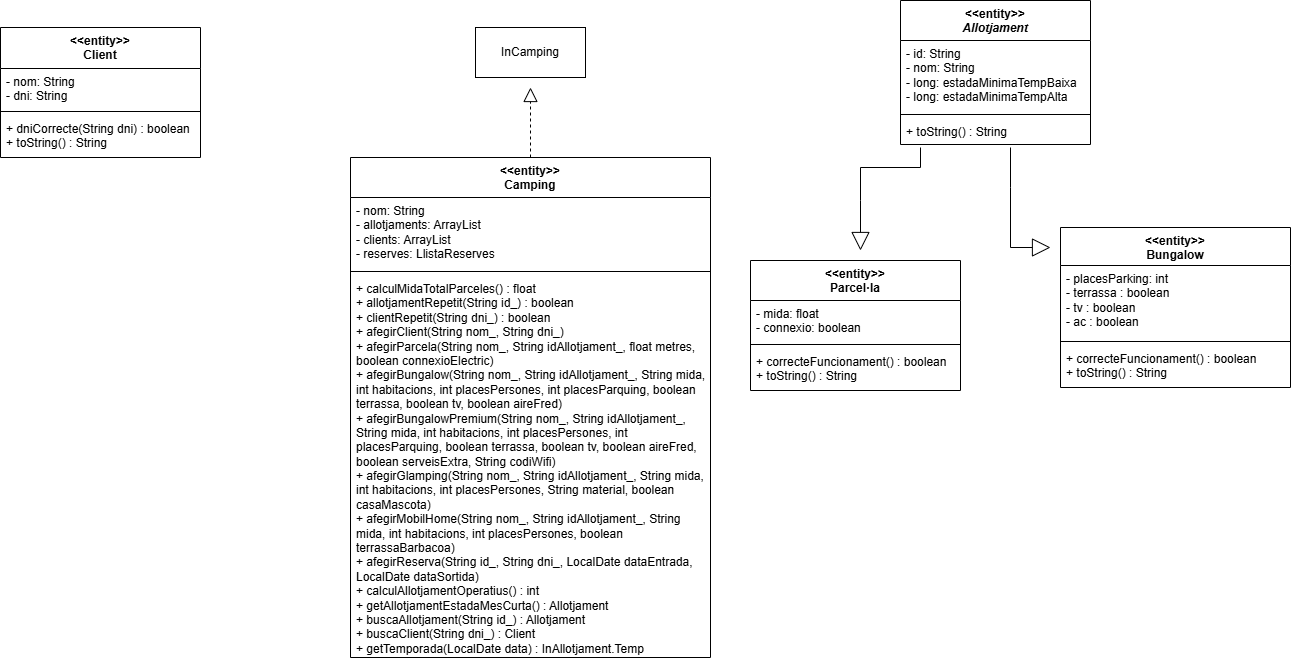
martimiro/Prog-II keeps this draw.io diagram as Practica1.png. Above is the earlier version. Source tidied: cells renumbered, new cells last; positions are measured from the earlier drawing's top-left corner, leaving out a move shared by most shapes.
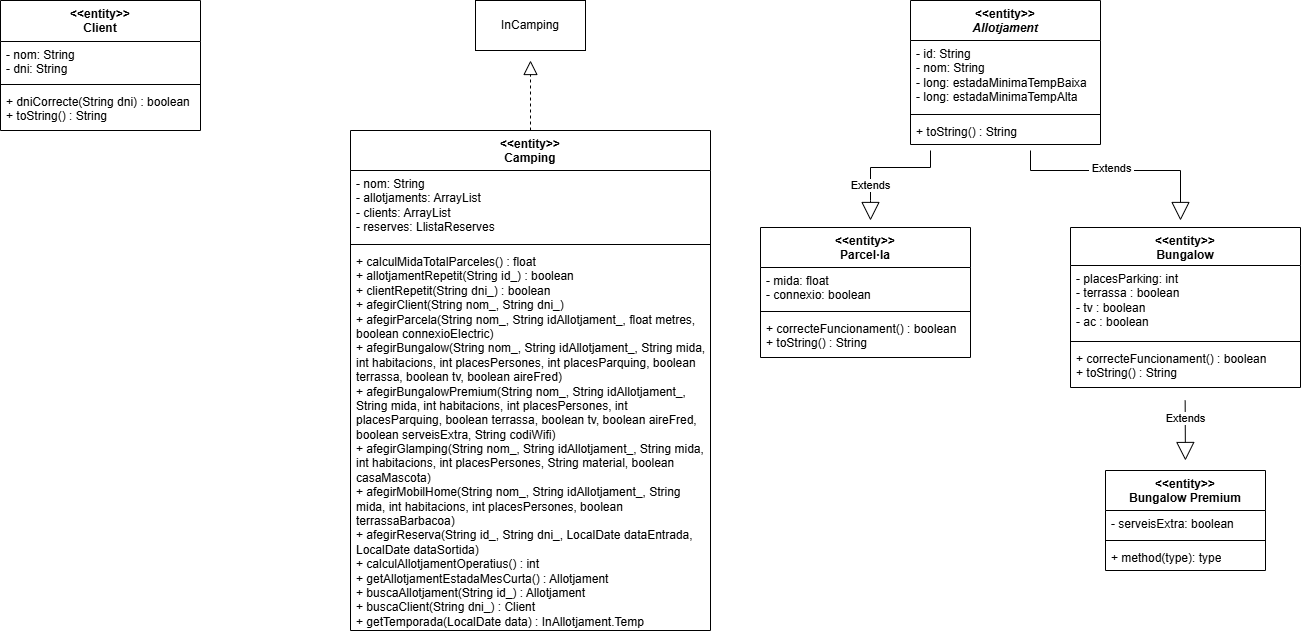
Above is the later version.

What changed in the source:
```diff
@@ -3,7 +3,7 @@
     <mxCell id="0" />
     <mxCell id="1" parent="0" />
     <mxCell id="2" value="&lt;div&gt;&amp;lt;&amp;lt;entity&amp;gt;&amp;gt;&lt;/div&gt;Camping" style="swimlane;fontStyle=1;align=center;verticalAlign=top;horizontal=1;startSize=40;whiteSpace=wrap;html=1;" parent="1" vertex="1">
-      <mxGeometry x="350" y="157" width="360" height="500" as="geometry" />
+      <mxGeometry x="330" y="157" width="360" height="500" as="geometry" />
     </mxCell>
     <mxCell id="3" style="endArrow=block;dashed=1;endFill=0;endSize=12;html=1;rounded=0;" parent="2" edge="1">
       <mxGeometry relative="1" as="geometry">
@@ -21,7 +21,7 @@
       <mxGeometry y="118" width="360" height="382" as="geometry" />
     </mxCell>
     <mxCell id="7" value="&lt;div&gt;&amp;lt;&amp;lt;entity&amp;gt;&amp;gt;&lt;/div&gt;&lt;i&gt;Allotjament&lt;/i&gt;" style="swimlane;fontStyle=1;align=center;verticalAlign=top;horizontal=1;startSize=40;whiteSpace=wrap;html=1;" parent="1" vertex="1">
-      <mxGeometry x="900" width="190" height="144" as="geometry" />
+      <mxGeometry x="890" y="27" width="190" height="144" as="geometry" />
     </mxCell>
     <mxCell id="8" value="- id: String&lt;div&gt;- nom: String&lt;/div&gt;&lt;div&gt;- long: estadaMinimaTempBaixa&lt;/div&gt;&lt;div&gt;- long: estadaMinimaTempAlta&lt;/div&gt;" style="text;strokeColor=none;fillColor=none;align=left;verticalAlign=top;spacingLeft=4;spacingRight=4;overflow=hidden;whiteSpace=wrap;html=1;" parent="7" vertex="1">
       <mxGeometry y="40" width="190" height="70" as="geometry" />
@@ -33,7 +33,7 @@
       <mxGeometry y="118" width="190" height="26" as="geometry" />
     </mxCell>
     <mxCell id="11" value="&lt;div&gt;&amp;lt;&amp;lt;entity&amp;gt;&amp;gt;&lt;/div&gt;Client" style="swimlane;fontStyle=1;align=center;verticalAlign=top;horizontal=1;startSize=41;whiteSpace=wrap;html=1;" parent="1" vertex="1">
-      <mxGeometry y="27" width="200" height="130" as="geometry" />
+      <mxGeometry x="-20" y="27" width="200" height="130" as="geometry" />
     </mxCell>
     <mxCell id="12" value="- nom: String&lt;div&gt;- dni: String&lt;/div&gt;" style="text;strokeColor=none;fillColor=none;align=left;verticalAlign=top;spacingLeft=4;spacingRight=4;overflow=hidden;whiteSpace=wrap;html=1;" parent="11" vertex="1">
       <mxGeometry y="41" width="200" height="39" as="geometry" />
@@ -45,21 +45,24 @@
       <mxGeometry y="88" width="200" height="42" as="geometry" />
     </mxCell>
     <mxCell id="15" value="InCamping" style="html=1;whiteSpace=wrap;" parent="1" vertex="1">
-      <mxGeometry x="475" y="27" width="110" height="50" as="geometry" />
+      <mxGeometry x="455" y="27" width="110" height="50" as="geometry" />
     </mxCell>
     <mxCell id="16" style="endArrow=block;endSize=16;endFill=0;html=1;rounded=0;" parent="1" edge="1">
       <mxGeometry relative="1" as="geometry">
-        <mxPoint x="920" y="147" as="sourcePoint" />
-        <mxPoint x="860" y="250" as="targetPoint" />
+        <mxPoint x="910" y="177" as="sourcePoint" />
+        <mxPoint x="850" y="247" as="targetPoint" />
         <Array as="points">
-          <mxPoint x="920" y="167" />
-          <mxPoint x="860" y="167" />
-          <mxPoint x="860" y="200" />
+          <mxPoint x="910" y="194" />
+          <mxPoint x="850" y="194" />
+          <mxPoint x="850" y="227" />
         </Array>
       </mxGeometry>
     </mxCell>
+    <mxCell id="26" value="Extends" style="edgeLabel;html=1;align=center;verticalAlign=middle;" parent="16" vertex="1">
+      <mxGeometry x="0.46" relative="1" as="geometry" />
+    </mxCell>
     <mxCell id="17" value="&amp;lt;&amp;lt;entity&amp;gt;&amp;gt;&lt;div&gt;Parcel·la&lt;/div&gt;" style="swimlane;fontStyle=1;align=center;verticalAlign=top;horizontal=1;startSize=40;whiteSpace=wrap;html=1;" parent="1" vertex="1">
-      <mxGeometry x="750" y="260" width="210" height="130" as="geometry" />
+      <mxGeometry x="740" y="254" width="210" height="130" as="geometry" />
     </mxCell>
     <mxCell id="18" value="- mida: float&lt;div&gt;- connexio: boolean&lt;/div&gt;" style="text;strokeColor=none;fillColor=none;align=left;verticalAlign=top;spacingLeft=4;spacingRight=4;overflow=hidden;whiteSpace=wrap;html=1;" parent="17" vertex="1">
       <mxGeometry y="40" width="210" height="40" as="geometry" />
@@ -72,16 +75,19 @@
     </mxCell>
     <mxCell id="21" style="endArrow=block;endSize=16;endFill=0;html=1;rounded=0;" parent="1" edge="1">
       <mxGeometry relative="1" as="geometry">
-        <mxPoint x="1010" y="147" as="sourcePoint" />
-        <mxPoint x="1050" y="247" as="targetPoint" />
+        <mxPoint x="1010" y="177" as="sourcePoint" />
+        <mxPoint x="1160" y="247" as="targetPoint" />
         <Array as="points">
-          <mxPoint x="1010" y="187" />
-          <mxPoint x="1010" y="247" />
+          <mxPoint x="1010" y="197" />
+          <mxPoint x="1160" y="197" />
         </Array>
       </mxGeometry>
     </mxCell>
+    <mxCell id="27" value="&amp;nbsp;Extends&amp;nbsp;" style="edgeLabel;html=1;align=center;verticalAlign=middle;" parent="21" vertex="1">
+      <mxGeometry x="-0.08" y="2" relative="1" as="geometry" />
+    </mxCell>
     <mxCell id="22" value="&amp;lt;&amp;lt;entity&amp;gt;&amp;gt;&lt;div&gt;Bungalow&lt;/div&gt;&lt;div&gt;&lt;br&gt;&lt;/div&gt;" style="swimlane;fontStyle=1;align=center;verticalAlign=top;horizontal=1;startSize=38;whiteSpace=wrap;html=1;" parent="1" vertex="1">
-      <mxGeometry x="1060" y="227" width="230" height="160" as="geometry" />
+      <mxGeometry x="1050" y="254" width="230" height="160" as="geometry" />
     </mxCell>
     <mxCell id="23" value="- placesParking: int&lt;div&gt;- terrassa : boolean&lt;/div&gt;&lt;div&gt;- tv : boolean&lt;/div&gt;&lt;div&gt;- ac : boolean&lt;/div&gt;" style="text;strokeColor=none;fillColor=none;align=left;verticalAlign=top;spacingLeft=4;spacingRight=4;overflow=hidden;whiteSpace=wrap;html=1;" parent="22" vertex="1">
       <mxGeometry y="38" width="230" height="72" as="geometry" />
@@ -92,5 +98,26 @@
     <mxCell id="25" value="+ correcteFuncionament() : boolean&lt;div&gt;+ toString() : String&lt;/div&gt;" style="text;strokeColor=none;fillColor=none;align=left;verticalAlign=top;spacingLeft=4;spacingRight=4;overflow=hidden;whiteSpace=wrap;html=1;" parent="22" vertex="1">
       <mxGeometry y="118" width="230" height="42" as="geometry" />
     </mxCell>
+    <mxCell id="28" style="endArrow=block;endSize=16;endFill=0;html=1;rounded=0;" parent="1" edge="1">
+      <mxGeometry relative="1" as="geometry">
+        <mxPoint x="1164.7" y="427" as="sourcePoint" />
+        <mxPoint x="1164.9" y="487" as="targetPoint" />
+      </mxGeometry>
+    </mxCell>
+    <mxCell id="29" value="Extends" style="edgeLabel;html=1;align=center;verticalAlign=middle;" parent="28" vertex="1">
+      <mxGeometry x="-0.4" relative="1" as="geometry" />
+    </mxCell>
+    <mxCell id="30" value="&amp;lt;&amp;lt;entity&amp;gt;&amp;gt;&lt;br&gt;Bungalow Premium" style="swimlane;fontStyle=1;align=center;verticalAlign=top;horizontal=1;startSize=40;whiteSpace=wrap;html=1;" parent="1" vertex="1">
+      <mxGeometry x="1085" y="497" width="160" height="100" as="geometry" />
+    </mxCell>
+    <mxCell id="31" value="- serveisExtra: boolean" style="text;strokeColor=none;fillColor=none;align=left;verticalAlign=top;spacingLeft=4;spacingRight=4;overflow=hidden;whiteSpace=wrap;html=1;" parent="30" vertex="1">
+      <mxGeometry y="40" width="160" height="26" as="geometry" />
+    </mxCell>
+    <mxCell id="32" style="line;strokeWidth=1;fillColor=none;align=left;verticalAlign=middle;spacingTop=-1;spacingLeft=3;spacingRight=3;labelPosition=right;strokeColor=inherit;" parent="30" vertex="1">
+      <mxGeometry y="66" width="160" height="8" as="geometry" />
+    </mxCell>
+    <mxCell id="33" value="+ method(type): type" style="text;strokeColor=none;fillColor=none;align=left;verticalAlign=top;spacingLeft=4;spacingRight=4;overflow=hidden;whiteSpace=wrap;html=1;" parent="30" vertex="1">
+      <mxGeometry y="74" width="160" height="26" as="geometry" />
+    </mxCell>
   </root>
 </mxGraphModel>
```
